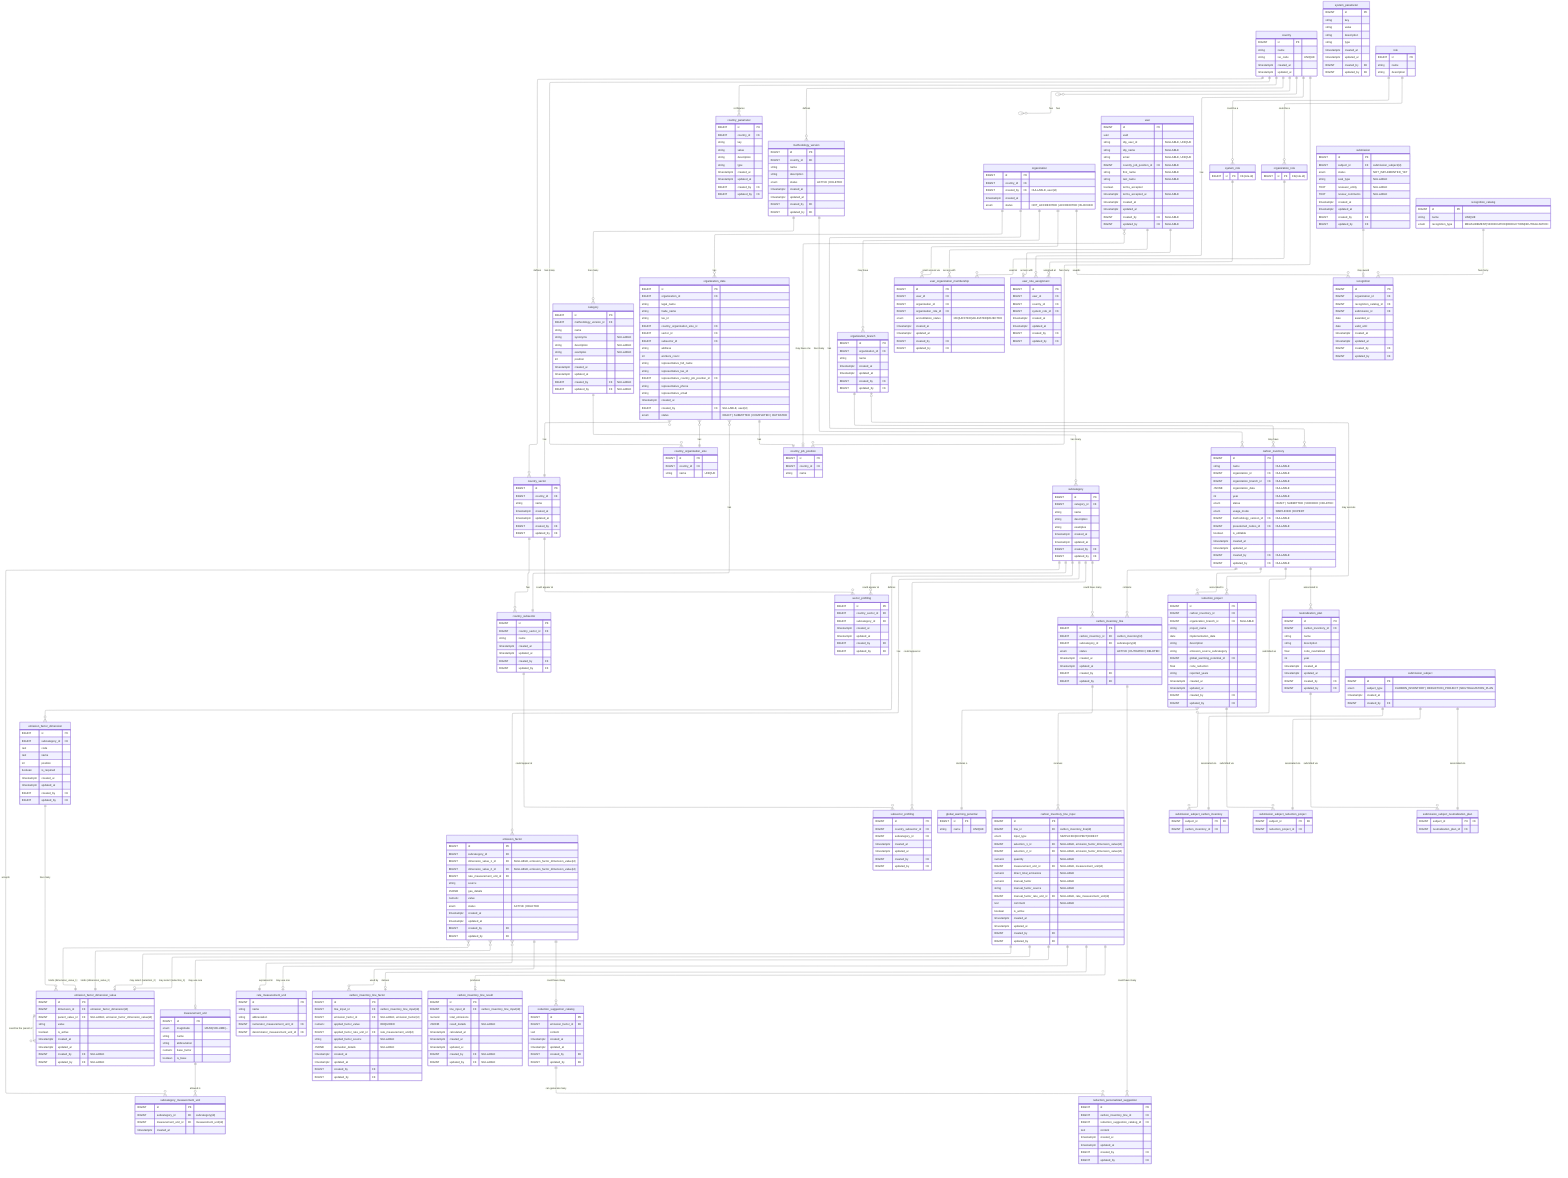
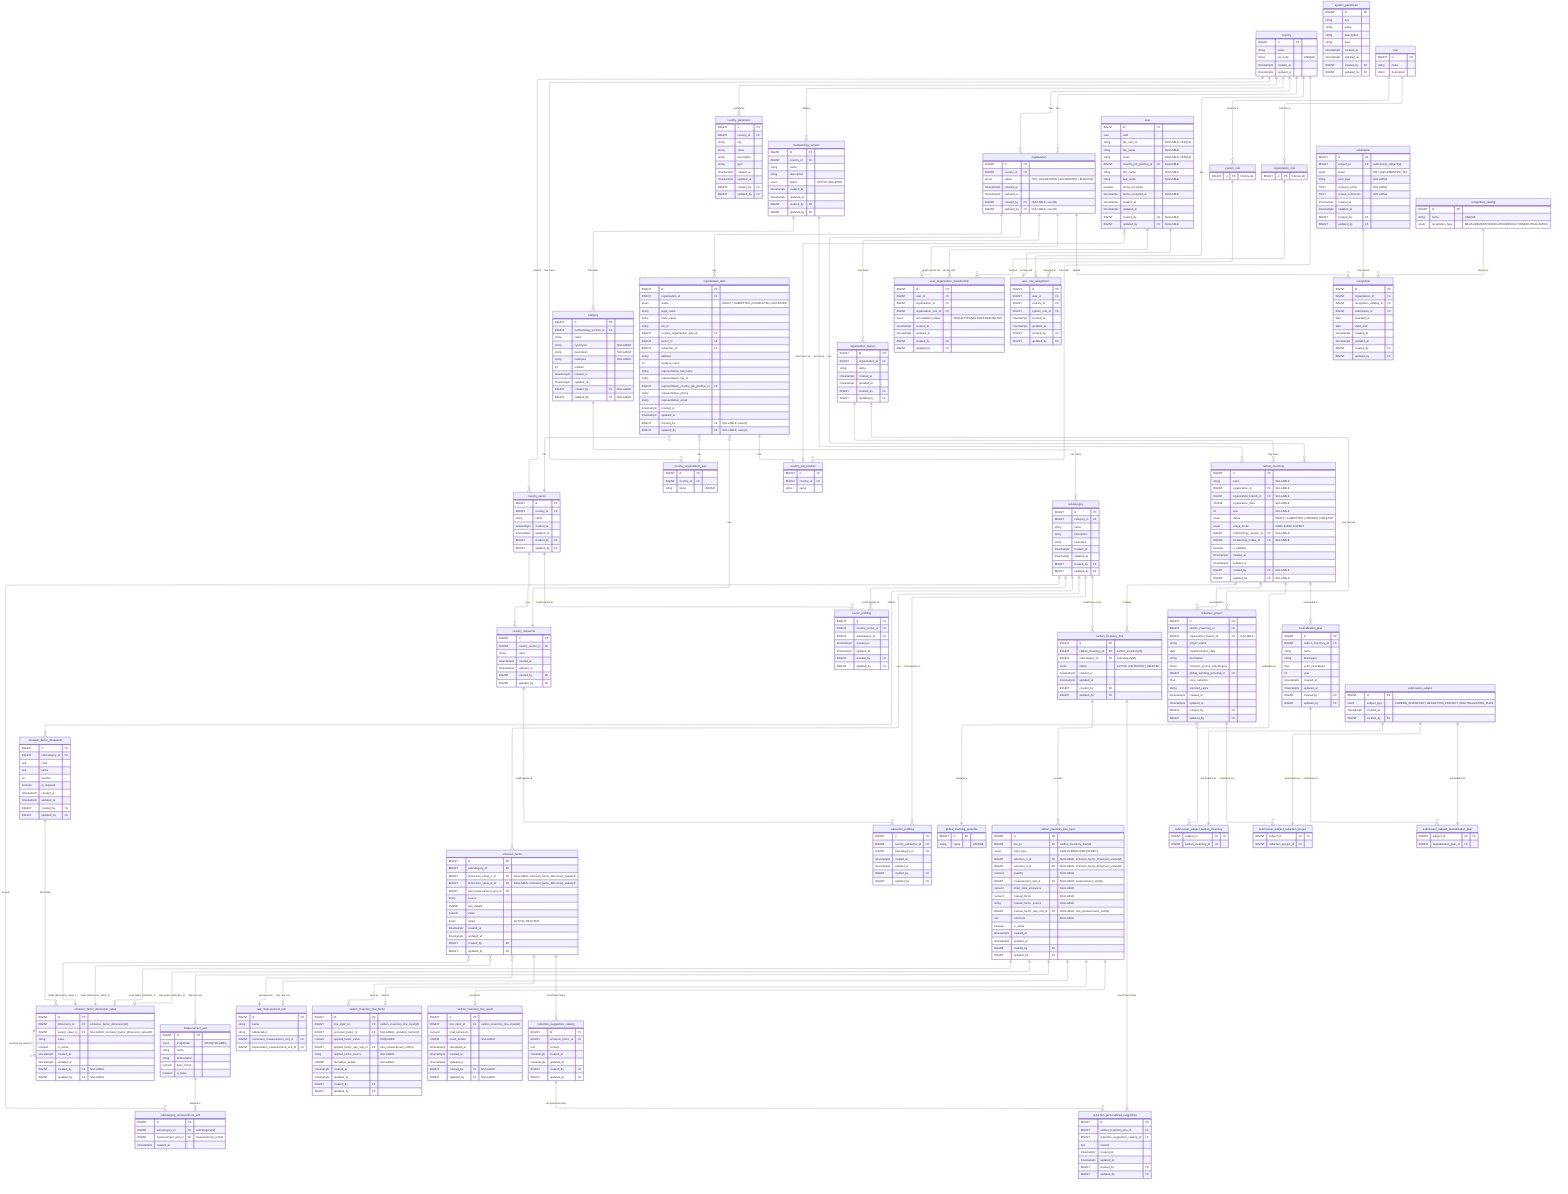
---
config:
  layout: elk
---
erDiagram
	direction TB

	%% ============================================================
	%% Design Principles
	%% ============================================================

	%% 🔷 Core Modeling Principles
	%% 	1.	Each table has a single, well-defined responsibility
	%% Tables are designed to represent one concept only (e.g. configuration, input, result, workflow), avoiding mixed concerns.

	%% 	2.	Relationships reflect real business rules, not just foreign keys
	%% Cardinalities and optionality are chosen to express domain constraints, not merely technical implementation details.

	%% 	3.	Nullability is intentional and meaningful
	%% Nullable fields indicate valid domain states (e.g. optional associations, draft data), not incomplete design.

	%% ⸻

	%% 🔷 Configuration & Reference Data
	%% 	4.	Reference data is normalized and centralized
	%% Shared concepts (statuses, units, potentials) are defined once and reused across the system.

	%% 	5.	Volatile enums are modeled as tables, not database ENUMs
	%% Any value expected to evolve (statuses, workflows) is stored in catalog tables to avoid schema migrations.

	%% 	6.	Stable physical concepts may use ENUMs
	%% Concepts that are scientifically stable (e.g. unit magnitude, usage mode) may use database ENUMs for safety and clarity.

	%% ⸻

	%% 🔷 Methodology & Emission Factors

	%% 	7.	Methodology is versioned and country-scoped
	%% All categories, subcategories, and factors belong to a specific methodology version tied to a country.

	%% 	8.	Emission factors are defined by standardized dimensions, not free text
	%% User selections and factor matching are driven by normalized dimension values to ensure consistency and correctness.

	%% 	9.	Dimension cardinality reflects domain reality, not generic flexibility
	%% Emission factors support up to two dimensions by design, matching current methodology requirements and admin workflows.

	%% 	10.	Administrative workflows are hierarchical and sequential
	%% New entities are created top-down (category → subcategory → dimension → value → factor), enforcing consistency at each level.

	%% ⸻

	%% 🔷 Inventory & Calculation

	%% 	11.	Input, factor selection, and results are modeled as separate concerns
	%% User input, factor derivation, and calculated results are stored in distinct tables for clarity and auditability.

	%% 	12.	Results are always derived from immutable input snapshots
	%% Calculated emissions reference the exact input used, ensuring reproducibility even if inputs change later.

	%% 	13.	Historical data is preserved; updates create new versions
	%% Changes do not overwrite previous data but create new records, maintaining a complete audit trail.

	%% ⸻

	%% 🔷 Workflow & Submissions

	%% 	14.	Workflows are modeled as data, not booleans
	%% Submissions, approvals, and recognitions are represented explicitly rather than inferred from flags.

	%% 	15.	Polymorphism is handled via explicit subject tables
	%% Submissions reference a generic subject entity with concrete subtype tables, avoiding nullable polymorphic foreign keys.

	%% 	16.	Recognitions are awarded based on submissions, not raw entities
	%% This ensures all awards are traceable to a validated review process.

	%% ⸻

	%% 🔷 Audit & Governance

	%% 	17.	Audit fields are applied based on responsibility and mutability
	%% Operational tables are auditable; reference and system-owned tables may omit audit fields by design.

	%% 	18.	System-generated data does not pretend to have an author
	%% Automatically calculated results record timestamps but not created_by or updated_by.

	%% 	19.	Database constraints enforce correctness wherever possible
	%% Uniqueness, consistency, and invariants are enforced at the database level rather than relying solely on application logic.


	%% ⸻

	%% 🔷 Evolution & Maintainability

	%% 	20.	Design favors clarity and correctness over premature generalization
	%% Flexibility is introduced only when driven by real domain requirements, not hypothetical future use cases.

	%% 	21.	Future extensions are possible without breaking existing data
	%% The model anticipates evolution (e.g. new methodologies, new workflows) while keeping current usage simple and explicit.

	%% ⸻

	%% These principles are intentional.
	%% Changes to the model should preserve these invariants unless there is a clear domain-driven reason to evolve them.

	%% ============================================================
	%% 🟦 Country & configuration (7)
	%% ============================================================

	country {
		BIGINT id PK ""
		string name  ""
		string iso_code "UNIQUE"
		timestamptz created_at  ""
		timestamptz updated_at  ""
	}

	country_parameter {
		BIGINT id PK ""
		BIGINT country_id FK ""
		string key  ""
		string value  ""
		string description  ""
		string type  ""
		timestamptz created_at  ""
		timestamptz updated_at  ""
		BIGINT created_by FK ""
		BIGINT updated_by FK ""
	}

	system_parameter {
		BIGINT id PK ""
		string key  ""
		string value  ""
		string description  ""
		string type  ""
		timestamptz created_at  ""
		timestamptz updated_at  ""
		BIGINT created_by FK ""
		BIGINT updated_by FK ""
	}

	country_sector {
		BIGINT id PK ""
		BIGINT country_id FK ""
		string name  ""
		timestamptz created_at  ""
		timestamptz updated_at  ""
		BIGINT created_by FK ""
		BIGINT updated_by FK ""
	}

	country_subsector {
		BIGINT id PK ""
		BIGINT country_sector_id FK ""
		string name  ""
		timestamptz created_at  ""
		timestamptz updated_at  ""
		BIGINT created_by FK ""
		BIGINT updated_by FK ""
	}

	country_organization_size {
		BIGINT id PK ""
		BIGINT country_id FK ""
		string name  "UNIQUE"
	}

	country_job_position {
		BIGINT id PK ""
		BIGINT country_id FK ""
		string name  ""
	}

	%% ============================================================
	%% 🟩 Methodology & factors (10)
	%% ============================================================

	methodology_version {
		BIGINT id PK ""
		BIGINT country_id FK ""
		string name  ""
		string description  ""
		enum status "ACTIVE | DELETED"
		timestamptz created_at  ""
		timestamptz updated_at  ""
		BIGINT created_by FK ""
		BIGINT updated_by FK ""
		%% Enforce via trigger at most 1 active per country
	}

	category {
		BIGINT id PK ""
		BIGINT methodology_version_id FK ""
		string name  ""
		%% just for displaying
		string synonyms "NULLABLE"
		%% just for displaying
		string description "NULLABLE"
		%% just for displaying
		string examples "NULLABLE"
		%% Position must be > 0 (enforced by DB CHECK constraint)
		int position ""
		timestamptz created_at  ""
		timestamptz updated_at  ""
		BIGINT created_by FK "NULLABLE"
		BIGINT updated_by FK "NULLABLE"
		%% UNIQUE(methodology_version_id, name)
		%% UNIQUE(methodology_version_id, position)
	}

	subcategory {
		BIGINT id PK ""
		BIGINT category_id FK ""
		string name  ""
		%% just for displaying
		string description  ""
		%% just for displaying
		string examples ""
		timestamptz created_at  ""
		timestamptz updated_at  ""
		BIGINT created_by FK ""
		BIGINT updated_by FK ""
	}

	emission_factor_dimension {
		BIGINT id PK ""
		BIGINT subcategory_id FK ""
		%% Like: FUEL_GROUP, FUEL_TYPE, GAS_TYPE
		text code ""
		%% Like: Tipo de combustible, Tipo de gas
		text name ""
		%% Like: 1, 2, 3 (order in UI & logic)
		int position ""
		boolean is_required ""
		timestamptz created_at  ""
		timestamptz updated_at  ""
		BIGINT created_by FK ""
		BIGINT updated_by FK ""
		%% UNIQUE(subcategory_id, position),
		%% UNIQUE(subcategory_id, code)
	}

	emission_factor_dimension_value {
		BIGINT id PK ""
		BIGINT dimension_id FK "emission_factor_dimension(id)"
		BIGINT parent_value_id FK "NULLABLE, emission_factor_dimension_value(id)"
		%% Like: Natural gas, Diesel, Kerosene, etc
		string value ""
		boolean is_active ""
		timestamptz created_at  ""
		timestamptz updated_at  ""
		BIGINT created_by FK "NULLABLE"
		BIGINT updated_by FK "NULLABLE"
		%% UNIQUE(dimension_id, value)
	}

	emission_factor {
		BIGINT id PK ""
		BIGINT subcategory_id FK ""
		%% Emission factors currently support up to two dimensions via fixed columns.
		%% A binding table was considered for unbounded dimensions but intentionally not used to keep queries and constraints simple.
		BIGINT dimension_value_1_id FK "NULLABLE, emission_factor_dimension_value(id)"
		BIGINT dimension_value_2_id FK "NULLABLE, emission_factor_dimension_value(id)"
		BIGINT rate_measurement_unit_id FK ""
		string source  ""
		JSONB gas_details ""
		numeric value  ""
		enum status "ACTIVE | DELETED"
		timestamptz created_at  ""
		timestamptz updated_at  ""
		BIGINT created_by FK ""
		BIGINT updated_by FK ""
		%% Enforce UNIQUE (subcategory_id, dimension_value_1_id, dimension_value_2_id) WHERE status = 'ACTIVE'
	}

	sector_profiling {
		BIGINT id PK ""
		BIGINT country_sector_id FK ""
		BIGINT subcategory_id FK ""
		timestamptz created_at  ""
		timestamptz updated_at  ""
		BIGINT created_by FK ""
		BIGINT updated_by FK ""
		%% UNIQUE(country_sector_id, subcategory_id)
	}

	subsector_profiling {
		BIGINT id PK ""
		BIGINT country_subsector_id FK ""
		BIGINT subcategory_id FK ""
		timestamptz created_at  ""
		timestamptz updated_at  ""
		BIGINT created_by FK ""
		BIGINT updated_by FK ""
		%% UNIQUE(country_subsector_id, subcategory_id)
	}

	measurement_unit {
		BIGINT id PK ""
		enum magnitude  "MASS|VOLUME|..."
		string name  ""
		string abbreviation  ""
		numeric base_factor  ""
		boolean is_base  ""
		%% Enforce UNIQUE (magnitude) WHERE is_base = true
	}

	rate_measurement_unit {
		BIGINT id PK ""
		string name  ""
		string abbreviation  ""
		BIGINT numerator_measurement_unit_id FK ""
		BIGINT denominator_measurement_unit_id FK ""
	}

	subcategory_measurement_unit {
		BIGINT id PK ""
		BIGINT subcategory_id FK "subcategory(id)"
		BIGINT measurement_unit_id FK "measurement_unit(id)"
		timestamptz created_at ""
		%% UNIQUE(subcategory_id, measurement_unit_id)
	}

	global_warming_potential {
		BIGINT id PK ""
		string name "UNIQUE"
		%% AR4, AR5, etc...
	}

	%% ============================================================
	%% 🟨 Organizations & users (8)
	%% ============================================================

	organization {
		BIGINT id PK
		BIGINT country_id FK
+ 		enum status "NOT_ACCREDITED | ACCREDITED | BLOCKED"
+ 		timestamptz created_at
+ 		timestamptz updated_at
		BIGINT created_by FK "NULLABLE, user(id)"
- 		timestamptz created_at
- 		enum status "NOT_ACCREDITED | ACCREDITED | BLOCKED"
+ 		BIGINT updated_by FK "NULLABLE, user(id)"
  	}

	organization_data {
		BIGINT id PK
		BIGINT organization_id FK
+ 		enum status "DRAFT | SUBMITTED | COMPLETED | OUTDATED"

		%% organization data
		string legal_name
		string trade_name
		string tax_id
		BIGINT country_organization_size_id FK
		BIGINT sector_id FK
		BIGINT subsector_id FK
		string address
		int workers_count

		%% representative data
		string representative_full_name
		string representative_tax_id
		BIGINT representative_country_job_position_id FK
		string representative_phone
		string representative_email

		timestamptz created_at
+ 		timestamptz updated_at
		BIGINT created_by FK "NULLABLE, user(id)"
- 		enum status "DRAFT | SUBMITTED | COMPLETED | OUTDATED"
+ 		BIGINT updated_by FK "NULLABLE, user(id)"
	}

	organization_branch {
		BIGINT id PK ""
		BIGINT organization_id FK ""
		string name  ""
		timestamptz created_at  ""
		timestamptz updated_at  ""
		BIGINT created_by FK ""
		BIGINT updated_by FK ""
	}

	user {
		BIGINT id PK ""
		uuid uuid  ""
		string idp_user_id "NULLABLE, UNIQUE"
		string idp_name "NULLABLE"
		string email  "NULLABLE, UNIQUE"
		BIGINT country_job_position_id FK "NULLABLE"
		string first_name "NULLABLE"
		string last_name "NULLABLE"
		boolean terms_accepted ""
		timestamptz terms_accepted_at "NULLABLE"
		timestamptz created_at  ""
		timestamptz updated_at  ""
		BIGINT created_by FK "NULLABLE"
		BIGINT updated_by FK "NULLABLE"
	}

	%% abstract parent table
	role {
		BIGINT id PK ""
		string name ""
		string description ""
	}

	system_role {
		BIGINT id PK "FK(role.id)"
	}

	organization_role {
		BIGINT id PK "FK(role.id)"
	}

	user_organization_membership {
		BIGINT id PK ""
		BIGINT user_id FK ""
		BIGINT organization_id FK ""
		BIGINT organization_role_id FK ""
		enum accreditation_status  "REQUESTED|VALIDATED|REJECTED"
		timestamptz created_at  ""
		timestamptz updated_at  ""
		BIGINT created_by FK ""
		BIGINT updated_by FK ""
		%% UNIQUE(user_id, organization_id, organization_role_id)
	}

	user_role_assignment {
		BIGINT id PK ""
		BIGINT user_id FK ""
		BIGINT country_id FK ""
		BIGINT system_role_id FK ""
		timestamptz created_at  ""
		timestamptz updated_at  ""
		BIGINT created_by FK ""
		BIGINT updated_by FK ""
		%% UNIQUE(user_id, country_id, system_role_id)
	}

	%% ============================================================
	%% 🟧 Inventory & calculation (9)
	%% ============================================================

	%% organization & organization_branch will be NULL when user does not belong to any org.
	carbon_inventory {
		BIGINT id PK ""
		string name "NULLABLE"
		BIGINT organization_id FK "NULLABLE"
		BIGINT organization_branch_id FK "NULLABLE"
		JSONB organization_data "NULLABLE"
		int year "NULLABLE"
		enum status "DRAFT | SUBMITTED | VERIFIED | DELETED"
		enum usage_mode "SIMPLIFIED | EXPERT"
		BIGINT methodology_version_id FK "NULLABLE"
		BIGINT preselected_nodes_id FK "NULLABLE"
		boolean is_editable ""
		timestamptz created_at  ""
		timestamptz updated_at  ""
		BIGINT created_by FK "NULLABLE"
		BIGINT updated_by FK "NULLABLE"
	}

	%% A "line" represents what is being measured (subcategory) for a given inventory.
	%% We do not store quantities/factors/selections here. It's the anchor.
	carbon_inventory_line {
		BIGINT id PK ""
		BIGINT carbon_inventory_id FK "carbon_inventory(id)"
		BIGINT subcategory_id FK "subcategory(id)"
		enum status "ACTIVE | OUTDATED | DELETED"
		timestamptz created_at  ""
		timestamptz updated_at  ""
		BIGINT created_by FK ""
		BIGINT updated_by FK ""
	}

	carbon_inventory_line_input {
		BIGINT id PK ""
		BIGINT line_id FK "carbon_inventory_line(id)"
		enum input_type "SIMPLIFIED|EXPERT|DIRECT"

		%% the "dimension selections" (more on dimension standardization in section 4)
		BIGINT selection_1_id FK "NULLABLE, emission_factor_dimension_value(id)"
		BIGINT selection_2_id FK "NULLABLE, emission_factor_dimension_value(id)"

		numeric quantity "NULLABLE"
		BIGINT measurement_unit_id FK "NULLABLE, measurement_unit(id)"

		%% For DIRECT mode:
		numeric direct_total_emissions "NULLABLE"

		%% For EXPERT mode:
		numeric manual_factor "NULLABLE"
		string manual_factor_source "NULLABLE"
		BIGINT manual_factor_rate_unit_id FK "NULLABLE, rate_measurement_unit(id)"

		text comment "NULLABLE"
		boolean is_active ""
		timestamptz created_at  ""
		timestamptz updated_at  ""
		BIGINT created_by FK ""
		BIGINT updated_by FK ""
		%% Enforce only one active input per line: UNIQUE(line_id) WHERE is_active = true
	}

	%% This stores "what factor did we use, after conversions, and why" so results are reproducible.
	carbon_inventory_line_factor {
		BIGINT id PK ""
		BIGINT line_input_id FK "carbon_inventory_line_input(id)"

		%% chosen factor: either from catalog (simplified) or null for expert/direct
		BIGINT emission_factor_id FK "NULLABLE, emission_factor(id)"

		%% normalized factor actually used in the computation (post-conversion)
		%% REQUIRED: Must always be present for result reproducibility
		numeric applied_factor_value "REQUIRED"
		BIGINT applied_factor_rate_unit_id FK "rate_measurement_unit(id)"
		string applied_factor_source "NULLABLE"

		%% optionally store a JSON blob explaining conversion steps for auditability
		JSONB derivation_details "NULLABLE"

		timestamptz created_at  ""
		timestamptz updated_at  ""
		BIGINT created_by FK ""
		BIGINT updated_by FK ""
		%% Enforce 1 factor row per input: UNIQUE(line_input_id)
	}

	carbon_inventory_line_result {
		BIGINT id PK ""
		BIGINT line_input_id FK "carbon_inventory_line_input(id)"
		numeric total_emissions ""
		%% optionally store breakdown: per-gas, CO2e, etc.
		JSONB result_details "NULLABLE"
		timestamptz calculated_at ""
		timestamptz created_at  ""
		timestamptz updated_at  ""
		BIGINT created_by FK "NULLABLE"
		BIGINT updated_by FK "NULLABLE"
		%% Ensure 1 result per input: UNIQUE(line_input_id)
	}

	reduction_suggestion_catalog {
		BIGINT id PK ""
		BIGINT emission_factor_id FK ""
		text content  ""
		timestamptz created_at  ""
		timestamptz updated_at  ""
		BIGINT created_by FK ""
		BIGINT updated_by FK ""
	}

	%% We plan to create these suggestion with AI
	reduction_personalized_suggestion {
		BIGINT id PK ""
		BIGINT carbon_inventory_line_id FK ""
		BIGINT reduction_suggestion_catalog_id FK ""
		text content  ""
		timestamptz created_at  ""
		timestamptz updated_at  ""
		BIGINT created_by FK ""
		BIGINT updated_by FK ""
	}

	reduction_project {
		BIGINT id PK ""
		BIGINT carbon_inventory_id FK ""
		BIGINT organization_branch_id FK "NULLABLE"
		string project_name  ""
		date implementation_date  ""
		string description  ""
		string emission_source_subcategory  ""
		BIGINT global_warming_potential_id FK ""
		float co2e_reduction  ""
		string reported_years  ""
		timestamptz created_at  ""
		timestamptz updated_at  ""
		BIGINT created_by FK ""
		BIGINT updated_by FK ""
	}

	neutralization_plan {
		BIGINT id PK ""
		BIGINT carbon_inventory_id FK ""
		string name  ""
		string description  ""
		float co2e_neutralized  ""
		int year  ""
		timestamptz created_at  ""
		timestamptz updated_at  ""
		BIGINT created_by FK ""
		BIGINT updated_by FK ""
	}

	%% ============================================================
	%% 🟥 Submissions & recognition (7)
	%% ============================================================

	%% Read the docs about the submissions model design here: https://www.notion.so/Modelo-E-R-para-Submissions-2d318d2c8901805ab8f9eed2a9d9d702?source=copy_link
	%% The data within this table is immutable once created
	submission_subject {
		BIGINT id PK ""
		enum subject_type "CARBON_INVENTORY | REDUCTION_PROJECT | NEUTRALIZATION_PLAN"
		timestamptz created_at  ""
		BIGINT created_by FK ""
	}

	%% The data within this table is immutable once created
	submission_subject_carbon_inventory {
		BIGINT subject_id PK "FK"
		BIGINT carbon_inventory_id FK ""
	}

	%% The data within this table is immutable once created
	submission_subject_reduction_project {
		BIGINT subject_id PK "FK"
		BIGINT reduction_project_id FK ""
	}

	%% The data within this table is immutable once created
	submission_subject_neutralization_plan {
		BIGINT subject_id PK "FK"
		BIGINT neutralization_plan_id FK ""
	}

	submission {
		BIGINT id PK ""
		BIGINT subject_id FK "submission_subject(id)"
		enum status "NOT_IMPLEMENTED_YET"
		string seal_type  "NULLABLE"
		TEXT reviewer_entity "NULLABLE"
		TEXT review_comments "NULLABLE"
		timestamptz created_at  ""
		timestamptz updated_at  ""
		BIGINT created_by FK ""
		BIGINT updated_by FK ""
	}

	recognition_catalog {
		BIGINT id PK ""
		string name "UNIQUE"
		enum recognition_type  "MEASUREMENT|VERIFICATION|REDUCTION|NEUTRALIZATION"
	}

	recognition {
		BIGINT id PK ""
		BIGINT organization_id FK ""
		BIGINT recognition_catalog_id FK ""
		BIGINT submission_id FK ""
		date awarded_at  ""
		date valid_until  ""
		timestamptz created_at  ""
		timestamptz updated_at  ""
		BIGINT created_by FK ""
		BIGINT updated_by FK ""
	}

	%% ============================================================
	%% Others
	%% ============================================================


%% ============================================================
%% Relationships
%% ============================================================

country
	country ||--o{ country_parameter : "configures"
	country ||--o{ country_sector : "defines"
	country ||--o{ methodology_version : "defines"
	country ||--o{ organization : "has"
	country ||--o{ user_role_assignment : "has"
	country ||--o{ country_organization_size: "has many"
	country ||--o{ country_job_position : "has many"
	country ||--o{ organization : "has"

country_sector
	country_sector ||--o{ country_subsector : "has"
	country_sector ||--o{ sector_profiling : "could appear at"

country_subsector
	country_subsector ||--o{ subsector_profiling : "could appear at"

organization
	organization ||--o{ carbon_inventory : "has"
	organization ||--o{ organization_branch : "may have"
	organization ||--o{ recognition : "awards"
	organization ||--o{ user_organization_membership : "grant access via"
	organization ||--o{ organization_data : "has"

organization_data
	organization_data }o--|| country_organization_size : "has"
	organization_data }o--|| country_sector : "has"
	organization_data }o--|| country_subsector : "has"
	organization_data ||--|| country_job_position : "has"

organization_branch
	organization_branch |o--o{ reduction_project : "may execute"
	organization_branch ||--o{ carbon_inventory : "may have"

recognition_catalog
	recognition_catalog ||--o{ recognition  : "has many"

role
	role ||--o{ system_role : "could be a"
	role ||--o{ organization_role : "could be a"
	organization_role ||--o{ user_organization_membership : "used at"
	system_role ||--o{ user_role_assignment : "assigned at"

user
	user ||--o{ user_organization_membership : "access with"
	user }o--o| country_job_position : "may have one"
	user ||--o| user_role_assignment : "access with"

methodology_version
	methodology_version ||--o{ carbon_inventory : "has many"
	methodology_version ||--o{ category : "has many"

category
	category ||--o{ subcategory : "has many"

subcategory
	subcategory ||--o{ emission_factor_dimension: "defines"
	%% A subcategory may exist with zero emission factors:
	subcategory ||--o{ emission_factor: "has"
	subcategory ||--o{ sector_profiling: "could appear at"
	subcategory ||--o{ subsector_profiling: "could appear at"
	subcategory ||--o{ carbon_inventory_line: "could have many"
	subcategory ||--o{ subcategory_measurement_unit: "accepts"

measurement_unit
	measurement_unit ||--o{ subcategory_measurement_unit: "allowed in"

emission_factor_dimension
	emission_factor_dimension ||--o{ emission_factor_dimension_value : "has many"

emission_factor_dimension_value
	emission_factor_dimension_value ||--o{ emission_factor_dimension_value : "could be the parent of"

emission_factor
	emission_factor ||--o{ reduction_suggestion_catalog : "could have many"
	emission_factor ||--o{ carbon_inventory_line_factor : "used by"
	emission_factor }o--|| rate_measurement_unit : "expressed in"
	%% At most 2 values, depending on subcategory configuration:
	emission_factor }o--|| emission_factor_dimension_value : "binds (dimension_value_1)"
	emission_factor }o--|| emission_factor_dimension_value : "binds (dimension_value_2)"

carbon_inventory
	carbon_inventory ||--o{ carbon_inventory_line: "contains"
	carbon_inventory ||--o{ submission_subject_carbon_inventory: "submitted as"
	carbon_inventory ||--o{ neutralization_plan: "associated to"
	carbon_inventory ||--o{ reduction_project: "associated to"

carbon_inventory_line
	carbon_inventory_line ||--o{ reduction_personalized_suggestion: "could have many"
	carbon_inventory_line ||--o{ carbon_inventory_line_input: "receives"

carbon_inventory_line_input
	carbon_inventory_line_input ||--o| emission_factor_dimension_value: "may select (selection_1)"
	carbon_inventory_line_input ||--o| emission_factor_dimension_value: "may select (selection_2)"
	carbon_inventory_line_input ||--o| measurement_unit: "may use one"
	carbon_inventory_line_input ||--o| rate_measurement_unit: "may use one"
	carbon_inventory_line_input ||--o| carbon_inventory_line_factor: "derives"
	carbon_inventory_line_input ||--o| carbon_inventory_line_result: "produces"

submission_subject
	submission_subject ||--|| submission_subject_carbon_inventory : "associated via"
	submission_subject ||--|| submission_subject_reduction_project : "associated via"
	submission_subject ||--|| submission_subject_neutralization_plan : "associated via"

submission
	submission ||--o| recognition: "may award"

neutralization_plan
	neutralization_plan ||--o{ submission_subject_neutralization_plan : "submitted via"

reduction_project
	reduction_project ||--o{ submission_subject_reduction_project : "submitted via"
	reduction_project }o--|| global_warming_potential : "declares a"

reduction_suggestion_catalog
	reduction_suggestion_catalog ||--o{ reduction_personalized_suggestion : "can generate many"